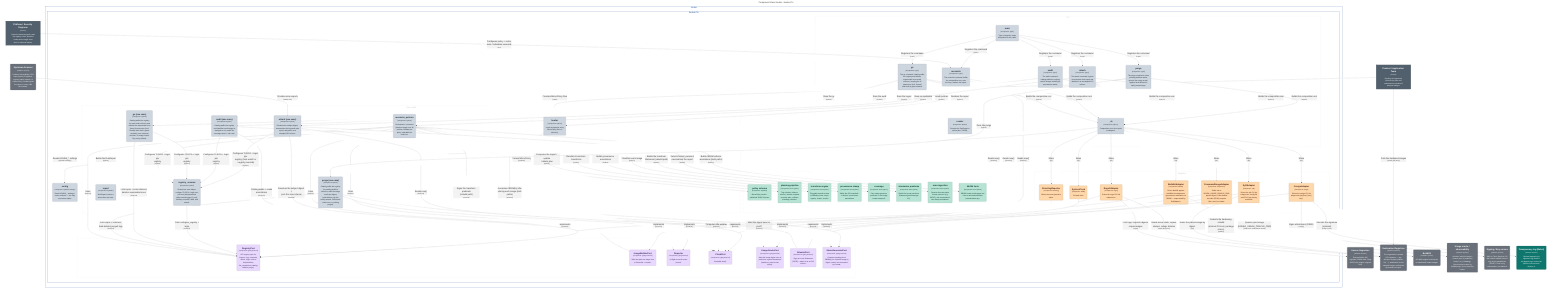
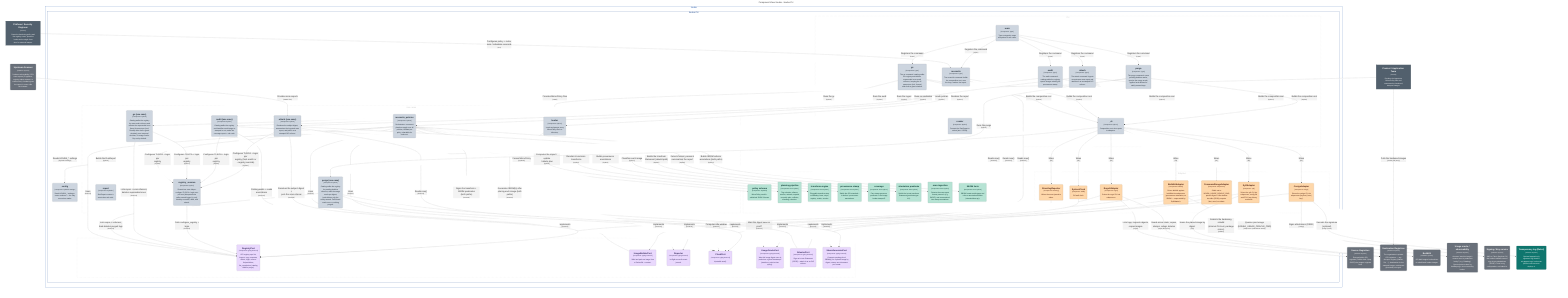
graph LR
  linkStyle default fill:#ffffff

  subgraph diagram ["Component View: houba - houba CLI"]
    style diagram fill:#ffffff,stroke:#ffffff

    1["<div style='font-weight: bold'>Platform / Security Engineer</div><div style='font-size: 70%; margin-top: 0px'>[Person]</div><div style='font-size: 80%; margin-top:10px'>Owns the hardening policy and<br />the registry roster; operates<br />houba as the single front<br />door for external images.</div>"]
    style 1 fill:#52606d,stroke:#39434c,color:#ffffff
    2["<div style='font-weight: bold'>Product / Application Team</div><div style='font-size: 70%; margin-top: 0px'>[Person]</div><div style='font-size: 80%; margin-top:10px'>Declares its imports as<br />MirrorPolicy files and<br />consumes the hardened,<br />stamped images.</div>"]
    style 2 fill:#52606d,stroke:#39434c,color:#ffffff

    50("<div style='font-weight: bold'>Source Registries</div><div style='font-size: 70%; margin-top: 0px'>[Software System]</div><div style='font-size: 80%; margin-top:10px'>External public OCI<br />registries (Docker Hub, Quay,<br />GHCR) the images originate<br />from.</div>")
    style 50 fill:#69707a,stroke:#494e55,color:#ffffff
    51("<div style='font-weight: bold'>Destination Registries</div><div style='font-size: 70%; margin-top: 0px'>[Software System]</div><div style='font-size: 80%; margin-top:10px'>The organization's private<br />OCI registries — any<br />dist-spec registry (Harbor,<br />Zot, …); destination for the<br />stamped images, addressed<br />generically via regctl.</div>")
    style 51 fill:#69707a,stroke:#494e55,color:#ffffff
    52("<div style='font-weight: bold'>BuildKit</div><div style='font-size: 70%; margin-top: 0px'>[Software System]</div><div style='font-size: 80%; margin-top:10px'>OCI build engine houba drives<br />to rebuild and harden images.</div>")
    style 52 fill:#69707a,stroke:#494e55,color:#ffffff
    56("<div style='font-weight: bold'>Usage oracle / observability</div><div style='font-size: 70%; margin-top: 0px'>[Software System]</div><div style='font-size: 80%; margin-top:10px'>Answers 'was this image's<br />content seen in production<br />lately?' (e.g. Datadog).<br />Queried point-in-time by<br />houba purge; never owned by<br />houba.</div>")
    style 56 fill:#69707a,stroke:#494e55,color:#ffffff
    57("<div style='font-weight: bold'>Signing / Key service</div><div style='font-size: 70%; margin-top: 0px'>[Software System]</div><div style='font-size: 80%; margin-top:10px'>KMS or Fulcio (keyless CA)<br />that houba's attestor uses to<br />sign in-toto attestations<br />(DSSE). Trust is org<br />configuration, not baked in.</div>")
    style 57 fill:#69707a,stroke:#494e55,color:#ffffff
    58("<div style='font-weight: bold'>Transparency log (Rekor)</div><div style='font-size: 70%; margin-top: 0px'>[Software System]</div><div style='font-size: 80%; margin-top:10px'>Optional append-only<br />signature log; blank in<br />air-gapped orgs. houba can<br />point at one but never<br />deploys it.</div>")
    style 58 fill:#0f766e,stroke:#0a524d,color:#ffffff
    59("<div style='font-weight: bold'>Upstream Scanner</div><div style='font-size: 70%; margin-top: 0px'>[Software System]</div><div style='font-size: 80%; margin-top:10px'>Produces vulnerability / EOL<br />scan reports (CI pipeline,<br />registry-native scanner, or<br />scan service). houba ingests<br />the report; it never calls<br />the scanner.</div>")
    style 59 fill:#69707a,stroke:#494e55,color:#ffffff

    subgraph 4 ["houba"]
      style 4 fill:#ffffff,stroke:#154da4,color:#154da4

      subgraph 5 ["houba CLI"]
        style 5 fill:#ffffff,stroke:#19458c,color:#19458c

        subgraph group1 ["Adapters"]
          style group1 fill:#ffffff,stroke:#cccccc,color:#cccccc,stroke-dasharray:5

          37("<div style='font-weight: bold'>RegctlAdapter</div><div style='font-size: 70%; margin-top: 0px'>[Component: regctl]</div><div style='font-size: 80%; margin-top:10px'>Drives the regctl CLI via<br />subprocess.</div>")
          style 37 fill:#fed7aa,stroke:#b19676,color:#4a1b0c
          38("<div style='font-weight: bold'>BuildkitAdapter</div><div style='font-size: 70%; margin-top: 0px'>[Component: buildctl]</div><div style='font-size: 80%; margin-top:10px'>Drives buildctl against<br />buildkitd via subprocess<br />(provenance attestation; no<br />SBOM — superseded by<br />SyftAdapter).</div>")
          style 38 fill:#fed7aa,stroke:#b19676,color:#4a1b0c
          39("<div style='font-weight: bold'>StructlogReporter</div><div style='font-size: 70%; margin-top: 0px'>[Component: structlog]</div><div style='font-size: 80%; margin-top:10px'>Writes the event journal to<br />stderr.</div>")
          style 39 fill:#fed7aa,stroke:#b19676,color:#4a1b0c
          40("<div style='font-weight: bold'>SystemClock</div><div style='font-size: 70%; margin-top: 0px'>[Component: stdlib]</div><div style='font-size: 80%; margin-top:10px'>OS wall clock.</div>")
          style 40 fill:#fed7aa,stroke:#b19676,color:#4a1b0c
          41("<div style='font-weight: bold'>CommandUsageAdapter</div><div style='font-size: 70%; margin-top: 0px'>[Component: subprocess]</div><div style='font-size: 80%; margin-top:10px'>Shells out to<br />HOUBA_USAGE_ORACLE_CMD;<br />passes digest + idle window<br />via stdin (JSON); expects<br />{last_seen} on stdout.</div>")
          style 41 fill:#fed7aa,stroke:#b19676,color:#4a1b0c
          42("<div style='font-weight: bold'>CosignAdapter</div><div style='font-size: 70%; margin-top: 0px'>[Component: cosign]</div><div style='font-size: 80%; margin-top:10px'>Drives the cosign CLI via<br />subprocess (keyless | kms |<br />key).</div>")
          style 42 fill:#fed7aa,stroke:#b19676,color:#4a1b0c
          43("<div style='font-weight: bold'>SyftAdapter</div><div style='font-size: 70%; margin-top: 0px'>[Component: syft]</div><div style='font-size: 80%; margin-top:10px'>Drives the syft CLI via<br />subprocess; config-file<br />auth/TLS; lazy binary<br />resolution.</div>")
          style 43 fill:#fed7aa,stroke:#b19676,color:#4a1b0c
        end

        subgraph group2 ["CLI"]
          style group2 fill:#ffffff,stroke:#cccccc,color:#cccccc,stroke-dasharray:5

          10("<div style='font-weight: bold'>attach</div><div style='font-size: 70%; margin-top: 0px'>[Component: Typer]</div><div style='font-size: 80%; margin-top:10px'>The attach command: ingests<br />an upstream scan report and<br />attaches it as a stamped OCI<br />referrer.</div>")
          style 10 fill:#cdd5df,stroke:#8f959c,color:#1f2933
          11("<div style='font-weight: bold'>gc</div><div style='font-size: 70%; margin-top: 0px'>[Component: Typer]</div><div style='font-size: 80%; margin-top:10px'>The gc command: catalog-walks<br />the registry and deletes<br />superseded scan-result<br />referrers, keeping the N<br />newest per (tool, format)<br />older than a grace window.</div>")
          style 11 fill:#cdd5df,stroke:#8f959c,color:#1f2933
          12("<div style='font-weight: bold'>render</div><div style='font-size: 70%; margin-top: 0px'>[Component: Python]</div><div style='font-size: 80%; margin-top:10px'>Formats the RunReport to<br />stdout (text / JSON).</div>")
          style 12 fill:#cdd5df,stroke:#8f959c,color:#1f2933
          13("<div style='font-weight: bold'>_di</div><div style='font-size: 70%; margin-top: 0px'>[Component: Python]</div><div style='font-size: 80%; margin-top:10px'>Composition root: wires ports<br />to adapters.</div>")
          style 13 fill:#cdd5df,stroke:#8f959c,color:#1f2933
          6("<div style='font-weight: bold'>main</div><div style='font-size: 70%; margin-top: 0px'>[Component: Typer]</div><div style='font-size: 80%; margin-top:10px'>Typer entrypoint; maps<br />exceptions to exit codes.</div>")
          style 6 fill:#cdd5df,stroke:#8f959c,color:#1f2933
          7("<div style='font-weight: bold'>reconcile</div><div style='font-size: 70%; margin-top: 0px'>[Component: Typer]</div><div style='font-size: 80%; margin-top:10px'>The reconcile command: builds<br />the composition root, runs<br />the loop, renders the report.</div>")
          style 7 fill:#cdd5df,stroke:#8f959c,color:#1f2933
          8("<div style='font-weight: bold'>purge</div><div style='font-size: 70%; margin-top: 0px'>[Component: Typer]</div><div style='font-size: 80%; margin-top:10px'>The purge command: scans<br />pending-deletion marks,<br />queries the usage oracle,<br />applies hard-deletes for<br />safely-unused tags.</div>")
          style 8 fill:#cdd5df,stroke:#8f959c,color:#1f2933
          9("<div style='font-weight: bold'>audit</div><div style='font-size: 70%; margin-top: 0px'>[Component: Typer]</div><div style='font-size: 80%; margin-top:10px'>The audit command:<br />catalog-walks the registry,<br />reports images missing the<br />provenance stamp.</div>")
          style 9 fill:#cdd5df,stroke:#8f959c,color:#1f2933
        end

        subgraph group3 ["Domain (pure)"]
          style group3 fill:#ffffff,stroke:#cccccc,color:#cccccc,stroke-dasharray:5

          22("<div style='font-weight: bold'>policy schema</div><div style='font-size: 70%; margin-top: 0px'>[Component: Pydantic]</div><div style='font-size: 80%; margin-top:10px'>MirrorPolicy model +<br />published JSON Schema.</div>")
          style 22 fill:#b6e3d4,stroke:#7f9e94,color:#04342c
          23("<div style='font-weight: bold'>planning pipeline</div><div style='font-size: 70%; margin-top: 0px'>[Component: Pure Python]</div><div style='font-size: 80%; margin-top:10px'>Tag selection, aliases,<br />semver, variants, expand,<br />reconcile plan, collision,<br />sharding, retention.</div>")
          style 23 fill:#b6e3d4,stroke:#7f9e94,color:#04342c
          24("<div style='font-weight: bold'>transform engine</div><div style='font-size: 70%; margin-top: 0px'>[Component: Pure Python]</div><div style='font-size: 80%; margin-top:10px'>Pluggable transform-step<br />vocabulary: base, steps,<br />registry, render, version.</div>")
          style 24 fill:#b6e3d4,stroke:#7f9e94,color:#04342c
          25("<div style='font-weight: bold'>provenance stamp</div><div style='font-size: 70%; margin-top: 0px'>[Component: Pure Python]</div><div style='font-size: 80%; margin-top:10px'>Builds the OCI-standard +<br />io.houba.* provenance<br />annotations.</div>")
          style 25 fill:#b6e3d4,stroke:#7f9e94,color:#04342c
          26("<div style='font-weight: bold'>coverage</div><div style='font-size: 70%; margin-top: 0px'>[Component: Pure Python]</div><div style='font-size: 80%; margin-top:10px'>Pure stamp-presence<br />predicate: is the image<br />houba-stamped?</div>")
          style 26 fill:#b6e3d4,stroke:#7f9e94,color:#04342c
          27("<div style='font-weight: bold'>attestation predicate</div><div style='font-size: 70%; margin-top: 0px'>[Component: Pure Python]</div><div style='font-size: 80%; margin-top:10px'>Builds the in-toto transform<br />Statement (predicate type<br />/v1).</div>")
          style 27 fill:#b6e3d4,stroke:#7f9e94,color:#04342c
          28("<div style='font-weight: bold'>scan ingestion</div><div style='font-size: 70%; margin-top: 0px'>[Component: Pure Python]</div><div style='font-size: 80%; margin-top:10px'>Detects the scan-report<br />format, parses it (e.g.<br />SARIF), and summarizes it<br />into stamp annotations.</div>")
          style 28 fill:#b6e3d4,stroke:#7f9e94,color:#04342c
          29("<div style='font-weight: bold'>SBOM facts</div><div style='font-size: 70%; margin-top: 0px'>[Component: Pure Python]</div><div style='font-size: 80%; margin-top:10px'>SBOM format media-types and<br />referrer annotation builder<br />(domain/sbom.py).</div>")
          style 29 fill:#b6e3d4,stroke:#7f9e94,color:#04342c
        end

        subgraph group4 ["Ports"]
          style group4 fill:#ffffff,stroke:#cccccc,color:#cccccc,stroke-dasharray:5

          30("<div style='font-weight: bold'>RegistryPort</div><div style='font-size: 70%; margin-top: 0px'>[Component: typing.Protocol]</div><div style='font-size: 80%; margin-top:10px'>OCI registry ops: list,<br />inspect, copy, annotate,<br />delete, login, referrer<br />list/put/delete;<br />list_repositories (catalog<br />walk for purge).</div>")
          style 30 fill:#e9d8fd,stroke:#a397b1,color:#322659
          31("<div style='font-weight: bold'>ImageBuilderPort</div><div style='font-size: 70%; margin-top: 0px'>[Component: typing.Protocol]</div><div style='font-size: 80%; margin-top:10px'>Build and push an image from<br />a Dockerfile + context.</div>")
          style 31 fill:#e9d8fd,stroke:#a397b1,color:#322659
          32("<div style='font-weight: bold'>Reporter</div><div style='font-size: 70%; margin-top: 0px'>[Component: typing.Protocol]</div><div style='font-size: 80%; margin-top:10px'>In-flight reconcile event<br />journal.</div>")
          style 32 fill:#e9d8fd,stroke:#a397b1,color:#322659
          33("<div style='font-weight: bold'>ClockPort</div><div style='font-size: 70%; margin-top: 0px'>[Component: typing.Protocol]</div><div style='font-size: 80%; margin-top:10px'>Injectable now().</div>")
          style 33 fill:#e9d8fd,stroke:#a397b1,color:#322659
          34("<div style='font-weight: bold'>UsageOraclePort</div><div style='font-size: 70%; margin-top: 0px'>[Component: typing.Protocol]</div><div style='font-size: 80%; margin-top:10px'>Was this image digest seen in<br />prod since a given timestamp?<br />(stateless, point-in-time<br />query).</div>")
          style 34 fill:#e9d8fd,stroke:#a397b1,color:#322659
          35("<div style='font-weight: bold'>AttestorPort</div><div style='font-size: 70%; margin-top: 0px'>[Component: typing.Protocol]</div><div style='font-size: 80%; margin-top:10px'>Sign an in-toto Statement<br />(DSSE) + attach it as an OCI<br />referrer.</div>")
          style 35 fill:#e9d8fd,stroke:#a397b1,color:#322659
          36("<div style='font-weight: bold'>SbomGeneratorPort</div><div style='font-size: 70%; margin-top: 0px'>[Component: typing.Protocol]</div><div style='font-size: 80%; margin-top:10px'>Generate package-level<br />SBOM(s) for a placed image by<br />digest; returns one document<br />per format.</div>")
          style 36 fill:#e9d8fd,stroke:#a397b1,color:#322659
        end

        subgraph group5 ["Use cases"]
          style group5 fill:#ffffff,stroke:#cccccc,color:#cccccc,stroke-dasharray:5

          14("<div style='font-weight: bold'>loader</div><div style='font-size: 70%; margin-top: 0px'>[Component: Python]</div><div style='font-size: 80%; margin-top:10px'>Loads and parses every<br />MirrorPolicy file in a<br />directory.</div>")
          style 14 fill:#cdd5df,stroke:#8f959c,color:#1f2933
          15("<div style='font-weight: bold'>reconcile_policies</div><div style='font-size: 70%; margin-top: 0px'>[Component: Python]</div><div style='font-size: 80%; margin-top:10px'>Orchestrator: concurrent<br />plan-then-apply over all<br />policies, isolated per<br />policy, shardable for<br />scale-out.</div>")
          style 15 fill:#cdd5df,stroke:#8f959c,color:#1f2933
          16("<div style='font-weight: bold'>purge (use case)</div><div style='font-size: 70%; margin-top: 0px'>[Component: Python]</div><div style='font-size: 80%; margin-top:10px'>Catalog-walks the registry<br />for pending-deletion<br />referrers; asks the usage<br />oracle per digest;<br />hard-deletes only the<br />safely-unused. Fail-closed:<br />oracle error ⇒ nothing<br />purged.</div>")
          style 16 fill:#cdd5df,stroke:#8f959c,color:#1f2933
          17("<div style='font-weight: bold'>audit (use case)</div><div style='font-size: 70%; margin-top: 0px'>[Component: Python]</div><div style='font-size: 80%; margin-top:10px'>Catalog-walks the registry<br />and classifies each image as<br />stamped or not; emits the<br />coverage report + exit code.</div>")
          style 17 fill:#cdd5df,stroke:#8f959c,color:#1f2933
          18("<div style='font-weight: bold'>attach (use case)</div><div style='font-size: 70%; margin-top: 0px'>[Component: Python]</div><div style='font-size: 80%; margin-top:10px'>Resolves the subject digest,<br />summarizes the ingested scan<br />report, and puts it as a<br />stamped OCI referrer.</div>")
          style 18 fill:#cdd5df,stroke:#8f959c,color:#1f2933
          19("<div style='font-weight: bold'>gc (use case)</div><div style='font-size: 70%; margin-top: 0px'>[Component: Python]</div><div style='font-size: 80%; margin-top:10px'>Catalog-walks the registry<br />for scan-result referrers and<br />collects the superseded ones<br />(keep N newest per (tool,<br />format) older than a grace<br />window); pure temporal<br />decision, no usage oracle.<br />Dry-run by default.</div>")
          style 19 fill:#cdd5df,stroke:#8f959c,color:#1f2933
          20("<div style='font-weight: bold'>report</div><div style='font-size: 70%; margin-top: 0px'>[Component: Pydantic]</div><div style='font-size: 80%; margin-top:10px'>RunReport contract +<br />worst-wins exit code.</div>")
          style 20 fill:#cdd5df,stroke:#8f959c,color:#1f2933
          21("<div style='font-weight: bold'>registry_session</div><div style='font-size: 70%; margin-top: 0px'>[Component: Python]</div><div style='font-size: 80%; margin-top:10px'>Shared use-case helper:<br />configure TLS/CA + login once<br />per host (idempotent via<br />caller-owned logged_in set).<br />Used by reconcile, audit, and<br />attach.</div>")
          style 21 fill:#cdd5df,stroke:#8f959c,color:#1f2933
        end

        44("<div style='font-weight: bold'>config</div><div style='font-size: 70%; margin-top: 0px'>[Component: Pydantic Settings]</div><div style='font-size: 80%; margin-top:10px'>Reads HOUBA_* settings +<br />roster resolvers — the only<br />os.environ reader.</div>")
        style 44 fill:#cdd5df,stroke:#8f959c,color:#1f2933
      end

    end

    8-. "<div>Reads now()</div><div style='font-size: 70%'>[Protocol]</div>" .->33
    11-. "<div>Builds the composition root</div><div style='font-size: 70%'>[Python]</div>" .->13
    11-. "<div>Runs the gc</div><div style='font-size: 70%'>[Python]</div>" .->19
    11-. "<div>Reads now()</div><div style='font-size: 70%'>[Protocol]</div>" .->33
    7-. "<div>Builds the composition root</div><div style='font-size: 70%'>[Python]</div>" .->13
    7-. "<div>Loads policies</div><div style='font-size: 70%'>[Python]</div>" .->14
    7-. "<div>Runs reconciliation</div><div style='font-size: 70%'>[Python]</div>" .->15
    7-. "<div>Renders the report</div><div style='font-size: 70%'>[Python]</div>" .->12
    7-. "<div>Reads now()</div><div style='font-size: 70%'>[Protocol]</div>" .->33
    13-. "<div>Reads HOUBA_* settings</div><div style='font-size: 70%'>[Pydantic Settings]</div>" .->44
    13-. "<div>Wires</div><div style='font-size: 70%'>[DI]</div>" .->37
    13-. "<div>Wires</div><div style='font-size: 70%'>[DI]</div>" .->38
    13-. "<div>Wires</div><div style='font-size: 70%'>[DI]</div>" .->39
    13-. "<div>Wires</div><div style='font-size: 70%'>[DI]</div>" .->40
    13-. "<div>Wires</div><div style='font-size: 70%'>[DI]</div>" .->41
    14-. "<div>Parses MirrorPolicy</div><div style='font-size: 70%'>[Pydantic]</div>" .->22
    15-. "<div>Builds the RunReport</div><div style='font-size: 70%'>[Python]</div>" .->20
    15-. "<div>Computes the import / update<br />/ delete plan</div><div style='font-size: 70%'>[Python]</div>" .->23
    15-. "<div>Renders & versions transforms</div><div style='font-size: 70%'>[Python]</div>" .->24
    15-. "<div>Builds provenance annotations</div><div style='font-size: 70%'>[Python]</div>" .->25
    15-. "<div>Uses</div><div style='font-size: 70%'>[Protocol]</div>" .->30
    15-. "<div>Uses</div><div style='font-size: 70%'>[Protocol]</div>" .->31
    15-. "<div>Uses</div><div style='font-size: 70%'>[Protocol]</div>" .->32
    15-. "<div>Configures TLS/CA + login per<br />registry</div><div style='font-size: 70%'>[Python]</div>" .->21
    16-. "<div>Lists repos + referrers;<br />hard-deletes purged tags</div><div style='font-size: 70%'>[Protocol]</div>" .->30
    16-. "<div>Was this digest seen in prod?</div><div style='font-size: 70%'>[Protocol]</div>" .->34
    16-. "<div>Computes idle window</div><div style='font-size: 70%'>[Protocol]</div>" .->33
    19-. "<div>Lists repos + scan referrers;<br />deletes superseded ones</div><div style='font-size: 70%'>[Protocol]</div>" .->30
    19-. "<div>Configures TLS/CA + login per<br />registry</div><div style='font-size: 70%'>[Python]</div>" .->21
    21-. "<div>Calls configure_registry +<br />login</div><div style='font-size: 70%'>[Protocol]</div>" .->30
    37-. "<div>Implements</div><div style='font-size: 70%'>[Protocol]</div>" .->30
    38-. "<div>Implements</div><div style='font-size: 70%'>[Protocol]</div>" .->31
    39-. "<div>Implements</div><div style='font-size: 70%'>[Protocol]</div>" .->32
    40-. "<div>Implements</div><div style='font-size: 70%'>[Protocol]</div>" .->33
    41-. "<div>Implements</div><div style='font-size: 70%'>[Protocol]</div>" .->34
    37-. "<div>Lists tags, inspects digests,<br />copies images</div><div style='font-size: 70%'>[regctl]</div>" .->50
    37-. "<div>Reads mirror state; copies,<br />stamps, retags, deletes</div><div style='font-size: 70%'>[regctl (dist-spec)]</div>" .->51
    38-. "<div>Submits the hardening rebuild<br />(internal CA trust, package<br />mirror)</div><div style='font-size: 70%'>[buildctl]</div>" .->52
    41-. "<div>Queries prod usage<br />(HOUBA_USAGE_ORACLE_CMD)</div><div style='font-size: 70%'>[subprocess (stdin/stdout JSON)]</div>" .->56
    15-. "<div>Builds the transform<br />Statement (rebuild path)</div><div style='font-size: 70%'>[Python]</div>" .->27
-     15-. "<div>Signs the transform predicate<br />(rebuild path)</div><div style='font-size: 70%'>[Protocol]</div>" .->35
+     15-. "<div>Signs the transform + SBOM predicates<br />(both paths)</div><div style='font-size: 70%'>[Protocol]</div>" .->35
    15-. "<div>Builds SBOM referrer<br />annotations (both paths)</div><div style='font-size: 70%'>[Python]</div>" .->29
    13-. "<div>Wires</div><div style='font-size: 70%'>[DI]</div>" .->42
    42-. "<div>Implements</div><div style='font-size: 70%'>[Protocol]</div>" .->35
    42-. "<div>Signs attestations (DSSE)</div><div style='font-size: 70%'>[cosign]</div>" .->57
    42-. "<div>Records the signature<br />(optional)</div><div style='font-size: 70%'>[cosign / rekor]</div>" .->58
    13-. "<div>Wires</div><div style='font-size: 70%'>[DI]</div>" .->43
    43-. "<div>Implements</div><div style='font-size: 70%'>[Protocol]</div>" .->36
    15-. "<div>Generates SBOM(s) after<br />placing each image (both<br />paths)</div><div style='font-size: 70%'>[Protocol]</div>" .->36
    43-. "<div>Scans the placed image by<br />digest</div><div style='font-size: 70%'>[syft]</div>" .->51
    2-. "<div>Pulls the hardened images</div><div style='font-size: 70%'>[docker pull (OCI)]</div>" .->51
    1-. "<div>Configures policy + roster,<br />runs / schedules reconcile</div><div style='font-size: 70%'>[CLI]</div>" .->7
    2-. "<div>Provides MirrorPolicy files</div><div style='font-size: 70%'>[YAML]</div>" .->14
    6-. "<div>Registers the command</div><div style='font-size: 70%'>[Typer]</div>" .->7
    6-. "<div>Registers the command</div><div style='font-size: 70%'>[Typer]</div>" .->8
    6-. "<div>Registers the command</div><div style='font-size: 70%'>[Typer]</div>" .->9
    6-. "<div>Registers the command</div><div style='font-size: 70%'>[Typer]</div>" .->10
    6-. "<div>Registers the command</div><div style='font-size: 70%'>[Typer]</div>" .->11
    9-. "<div>Builds the composition root</div><div style='font-size: 70%'>[Python]</div>" .->13
    9-. "<div>Runs the audit</div><div style='font-size: 70%'>[Python]</div>" .->17
    17-. "<div>Classifies each image</div><div style='font-size: 70%'>[Python]</div>" .->26
    17-. "<div>Catalog-walks + reads<br />annotations</div><div style='font-size: 70%'>[Protocol]</div>" .->30
    17-. "<div>Configures TLS/CA + login per<br />registry</div><div style='font-size: 70%'>[Python]</div>" .->21
    10-. "<div>Builds the composition root</div><div style='font-size: 70%'>[Python]</div>" .->13
    10-. "<div>Runs the ingest</div><div style='font-size: 70%'>[Python]</div>" .->18
    59-. "<div>Provides scan reports</div><div style='font-size: 70%'>[SARIF / file]</div>" .->18
    18-. "<div>Detects format, parses &<br />summarizes the report</div><div style='font-size: 70%'>[Python]</div>" .->28
    18-. "<div>Resolves the subject digest +<br />puts the scan referrer</div><div style='font-size: 70%'>[Protocol]</div>" .->30
    18-. "<div>Reads now()</div><div style='font-size: 70%'>[Protocol]</div>" .->33
    18-. "<div>Configures TLS/CA + login per<br />registry (host-match or<br />--registry override)</div><div style='font-size: 70%'>[Python]</div>" .->21
    8-. "<div>Builds the composition root</div><div style='font-size: 70%'>[Python]</div>" .->13
    8-. "<div>Runs the purge</div><div style='font-size: 70%'>[Python]</div>" .->16

  end